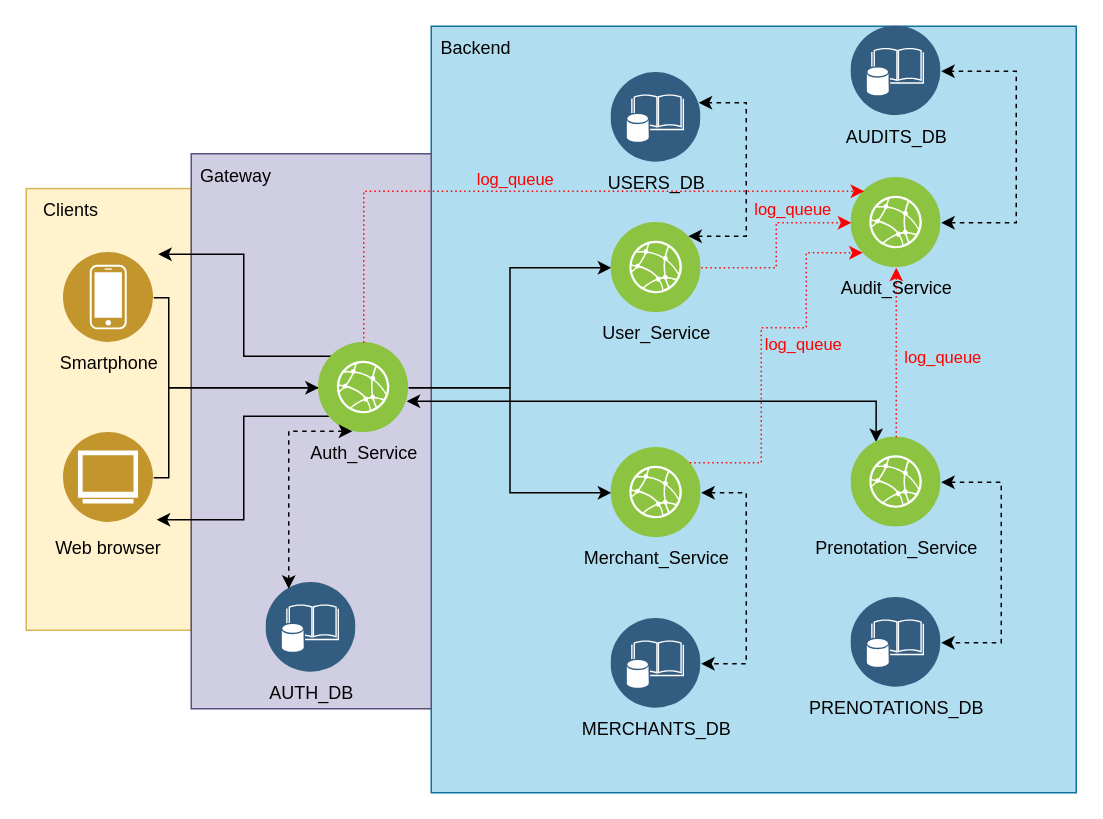
decimo-digital/ceposto-app keeps this draw.io diagram as ceposto.drawio. Above is the earlier version. Source tidied: cells renumbered, new cells numbered last; positions are measured from the earlier drawing's top-left corner, leaving out a move shared by most shapes. Both pictures are drawn from the tidied source at 150%, with x=0, y=0 at pixel (26, 26).
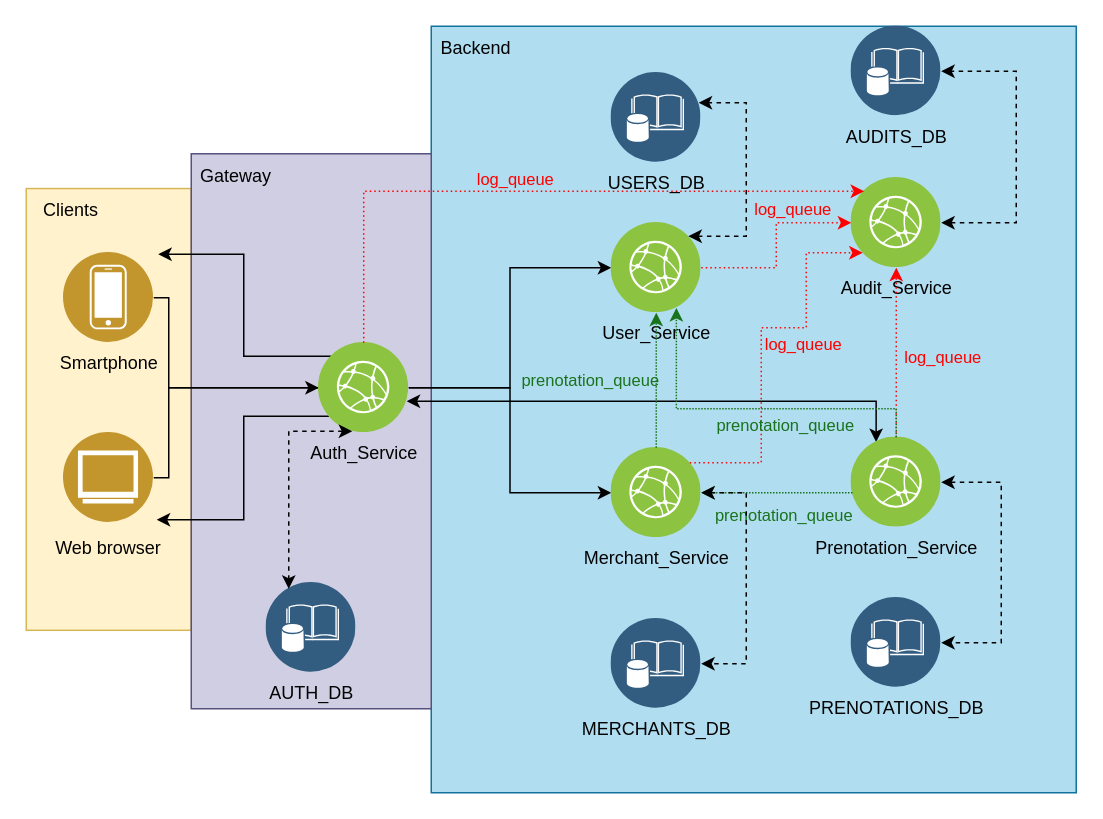
Above is the later version.

The change refers to these unchanged cells:
```xml
<mxCell id="19" value="Merchant_Service" style="perimeter=ellipsePerimeter;html=1;align=center;shadow=0;dashed=0;image;image=img/lib/ibm/infrastructure/edge_services.svg;labelBackgroundColor=none;strokeColor=#666666;strokeWidth=3;fillColor=#C2952D;gradientColor=none;fontSize=12;fontColor=#030303;" parent="18" vertex="1">
  <mxGeometry x="390" y="281" width="60" height="60" as="geometry" />
</mxCell>
<mxCell id="21" value="User_Service" style="perimeter=ellipsePerimeter;html=1;align=center;shadow=0;dashed=0;image;image=img/lib/ibm/infrastructure/edge_services.svg;labelBackgroundColor=none;strokeColor=#666666;strokeWidth=3;fillColor=#C2952D;gradientColor=none;fontSize=12;fontColor=#030303;" parent="18" vertex="1">
  <mxGeometry x="390" y="131" width="60" height="60" as="geometry" />
</mxCell>
<mxCell id="23" value="Prenotation_Service" style="perimeter=ellipsePerimeter;html=1;align=center;shadow=0;dashed=0;image;image=img/lib/ibm/infrastructure/edge_services.svg;labelBackgroundColor=none;strokeColor=#666666;strokeWidth=3;fillColor=#C2952D;gradientColor=none;fontSize=12;fontColor=#030303;" parent="18" vertex="1">
  <mxGeometry x="550" y="274" width="60" height="60" as="geometry" />
</mxCell>
```

Change to the diagram source:
```diff
@@
+    <mxCell id="44" style="edgeStyle=orthogonalEdgeStyle;rounded=0;jettySize=auto;html=1;entryX=0.75;entryY=1;entryDx=0;entryDy=0;dashed=1;dashPattern=1 1;labelBackgroundColor=none;fontColor=#19731C;strokeColor=#19731C;" parent="24" edge="1" source="23" target="21">
+      <mxGeometry relative="1" as="geometry">
+        <Array as="points">
+          <mxPoint x="580" y="255" />
+          <mxPoint x="433" y="255" />
+        </Array>
+      </mxGeometry>
+    </mxCell>
+    <mxCell id="45" value="prenotation_queue" style="edgeLabel;html=1;align=center;verticalAlign=middle;fontColor=#19731C;labelBackgroundColor=none;" parent="44" vertex="1">
+      <mxGeometry x="-0.36" y="2" relative="1" as="geometry">
+        <mxPoint x="-20" y="8" as="offset" />
+      </mxGeometry>
+    </mxCell>
+    <mxCell id="46" style="edgeStyle=orthogonalEdgeStyle;rounded=0;jettySize=auto;html=1;entryX=1;entryY=0.5;entryDx=0;entryDy=0;dashed=1;dashPattern=1 1;labelBackgroundColor=none;fontColor=#19731C;strokeColor=#19731C;" parent="24" edge="1" source="23" target="19">
+      <mxGeometry relative="1" as="geometry">
+        <Array as="points">
+          <mxPoint x="525" y="311" />
+          <mxPoint x="525" y="311" />
+        </Array>
+      </mxGeometry>
+    </mxCell>
+    <mxCell id="47" value="prenotation_queue" style="edgeLabel;html=1;align=center;verticalAlign=middle;fontColor=#19731C;labelBackgroundColor=none;" parent="46" vertex="1">
+      <mxGeometry x="-0.15" y="2" relative="1" as="geometry">
+        <mxPoint x="-3" y="12" as="offset" />
+      </mxGeometry>
+    </mxCell>
+    <mxCell id="48" style="edgeStyle=orthogonalEdgeStyle;rounded=0;jettySize=auto;html=1;exitX=0.5;exitY=0;exitDx=0;exitDy=0;dashed=1;dashPattern=1 1;labelBackgroundColor=none;fontColor=#19731C;strokeColor=#19731C;" parent="24" edge="1" source="19" target="21">
+      <mxGeometry relative="1" as="geometry" />
+    </mxCell>
+    <mxCell id="49" value="prenotation_queue" style="edgeLabel;html=1;align=center;verticalAlign=middle;fontColor=#19731C;labelBackgroundColor=none;" parent="24" vertex="1">
+      <mxGeometry x="375" y="235" as="geometry" />
+    </mxCell>
```
